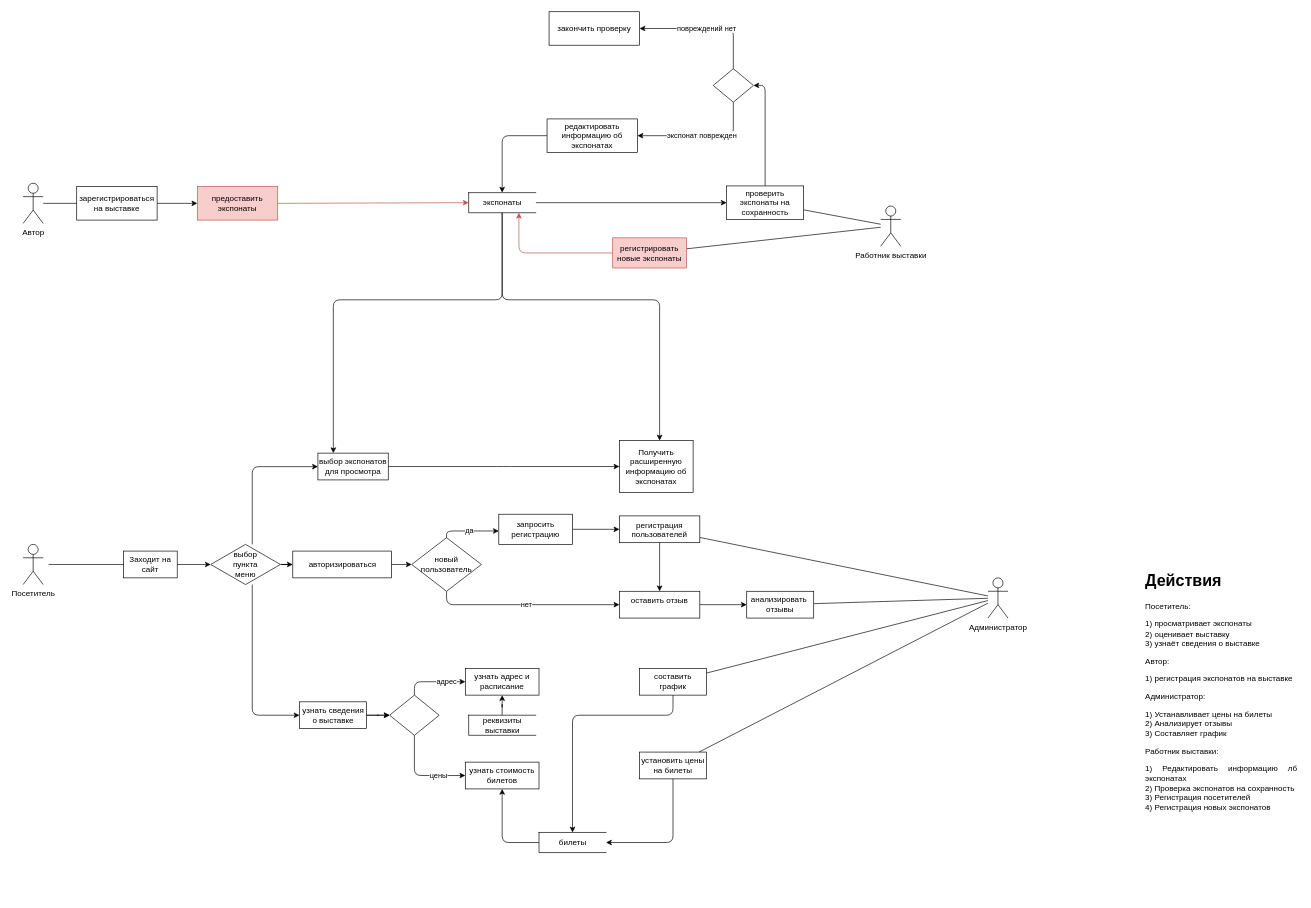
Earlier version of the draw.io diagram page "Page-1" (1 of 2) of Diagrams/DFD_use-case.drawio (OlgaMats/-). Source tidied: cells renumbered, new cells numbered last; positions are measured from the earlier drawing's top-left corner, leaving out a move shared by most shapes. Both pictures are drawn from the tidied source at 67%, with x=0, y=0 at pixel (23, 11).
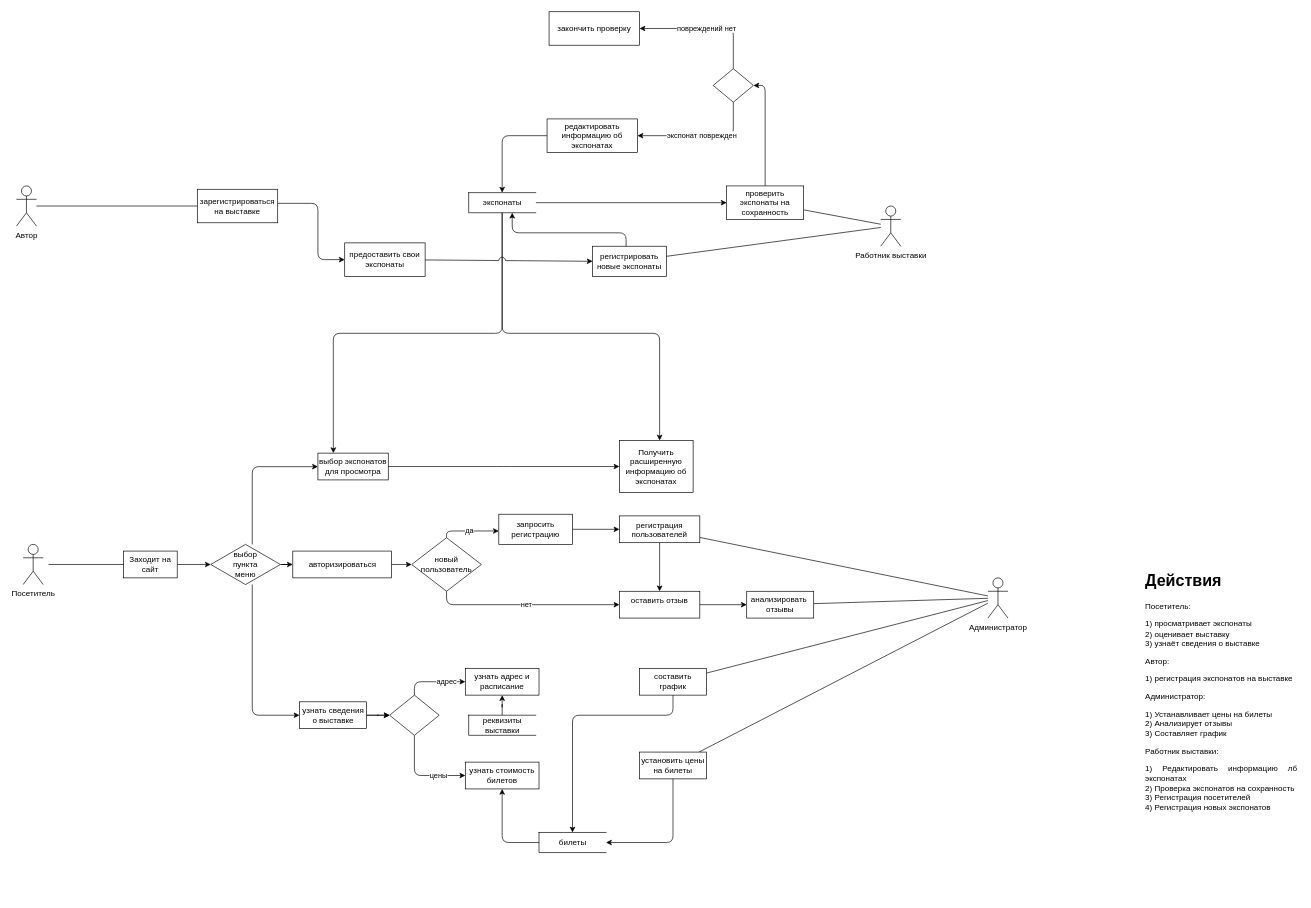
The same page after the edit.

Unchanged cells that the change refers to:
```xml
<mxCell id="17" value="выбор экспонатов для просмотра" style="rounded=0;whiteSpace=wrap;html=1;hachureGap=4;strokeWidth=1;" parent="1" vertex="1">
  <mxGeometry x="440" y="658.8" width="105" height="40" as="geometry" />
</mxCell>
<mxCell id="20" value="экспонаты" style="html=1;dashed=0;whitespace=wrap;shape=partialRectangle;right=0;fontSize=12;strokeWidth=1;" parent="1" vertex="1">
  <mxGeometry x="665" y="270" width="100" height="30" as="geometry" />
</mxCell>
<mxCell id="34" value="Получить расширенную информацию об экспонатах" style="rounded=0;whiteSpace=wrap;html=1;hachureGap=4;strokeWidth=1;" parent="1" vertex="1">
  <mxGeometry x="890" y="640" width="110" height="77.5" as="geometry" />
</mxCell>
```

Diff of the diagram source:
```diff
@@
     <mxCell id="18" style="endArrow=classic;html=1;fontSize=12;edgeStyle=orthogonalEdgeStyle;" parent="1" edge="1" source="20" target="17">
       <mxGeometry relative="1" as="geometry">
         <Array as="points">
-          <mxPoint x="715" y="430" />
-          <mxPoint x="463" y="430" />
+          <mxPoint x="715" y="480" />
+          <mxPoint x="463" y="480" />
         </Array>
       </mxGeometry>
     </mxCell>
@@
     <mxCell id="22" value="Автор" style="shape=umlActor;verticalLabelPosition=bottom;verticalAlign=top;html=1;outlineConnect=0;fontSize=12;strokeWidth=1;" parent="1" vertex="1">
-      <mxGeometry y="256" width="30" height="60" as="geometry" />
+      <mxGeometry x="-10" y="260" width="30" height="60" as="geometry" />
     </mxCell>
@@
-    <mxCell id="24" style="edgeStyle=orthogonalEdgeStyle;jettySize=auto;html=1;endFill=1;" parent="1" edge="1" source="25" target="59">
-      <mxGeometry relative="1" as="geometry" />
-    </mxCell>
     <mxCell id="25" value="зарегистрироваться на выставке" style="rounded=0;whiteSpace=wrap;html=1;hachureGap=4;strokeWidth=1;" parent="1" vertex="1">
-      <mxGeometry x="80" y="261" width="120" height="50" as="geometry" />
+      <mxGeometry x="260" y="265" width="120" height="50" as="geometry" />
     </mxCell>
@@
-    <mxCell id="37" value="регистрировать новые экспонаты" style="rounded=0;whiteSpace=wrap;html=1;hachureGap=4;strokeWidth=1;fillColor=#f8cecc;strokeColor=#b85450;" parent="1" vertex="1">
-      <mxGeometry x="880" y="337.5" width="110" height="45" as="geometry" />
+    <mxCell id="37" value="регистрировать новые экспонаты" style="rounded=0;whiteSpace=wrap;html=1;hachureGap=4;strokeWidth=1;" parent="1" vertex="1">
+      <mxGeometry x="850" y="350" width="110" height="45" as="geometry" />
     </mxCell>
@@
-    <mxCell id="43" style="endArrow=classic;html=1;edgeStyle=orthogonalEdgeStyle;fillColor=#f8cecc;strokeColor=#b85450;" parent="1" edge="1" source="37" target="20">
-      <mxGeometry relative="1" as="geometry">
-        <Array as="points">
-          <mxPoint x="740" y="360" />
-        </Array>
-      </mxGeometry>
-    </mxCell>
     <mxCell id="44" style="endArrow=classic;html=1;edgeStyle=orthogonalEdgeStyle;" parent="1" edge="1" source="20" target="34">
       <mxGeometry relative="1" as="geometry">
         <Array as="points">
-          <mxPoint x="715" y="430" />
-          <mxPoint x="950" y="430" />
+          <mxPoint x="715" y="480" />
+          <mxPoint x="950" y="480" />
         </Array>
       </mxGeometry>
     </mxCell>
@@
-    <mxCell id="46" style="endArrow=classic;html=1;jumpStyle=arc;jumpSize=10;edgeStyle=orthogonalEdgeStyle;fillColor=#f8cecc;strokeColor=#b85450;" parent="1" edge="1" source="59" target="20">
-      <mxGeometry relative="1" as="geometry" />
-    </mxCell>
@@
-    <mxCell id="59" value="предоставить экспонаты" style="rounded=0;whiteSpace=wrap;html=1;hachureGap=4;strokeWidth=1;fillColor=#f8cecc;strokeColor=#b85450;" parent="1" vertex="1">
-      <mxGeometry x="260" y="261" width="120" height="50" as="geometry" />
-    </mxCell>
+    <mxCell id="70" style="edgeStyle=orthogonalEdgeStyle;jumpStyle=arc;jumpSize=10;jettySize=auto;html=1;" parent="1" edge="1" source="25" target="72">
+      <mxGeometry relative="1" as="geometry">
+        <Array as="points">
+          <mxPoint x="440" y="286" />
+          <mxPoint x="440" y="370" />
+        </Array>
+      </mxGeometry>
+    </mxCell>
@@
+    <mxCell id="71" style="jumpStyle=arc;jumpSize=10;jettySize=auto;html=1;strokeColor=#000000;fillColor=#f8cecc;entryX=0;entryY=0.5;entryDx=0;entryDy=0;" parent="1" edge="1" source="72" target="37">
+      <mxGeometry relative="1" as="geometry" />
+    </mxCell>
+    <mxCell id="43" style="endArrow=classic;html=1;strokeColor=#000000;fillColor=#f8cecc;edgeStyle=orthogonalEdgeStyle;" parent="1" edge="1" source="37" target="20">
+      <mxGeometry relative="1" as="geometry">
+        <Array as="points">
+          <mxPoint x="900" y="330" />
+          <mxPoint x="730" y="330" />
+        </Array>
+      </mxGeometry>
+    </mxCell>
+    <mxCell id="72" value="предоставить свои экспонаты" style="rounded=0;whiteSpace=wrap;html=1;hachureGap=4;strokeWidth=1;" parent="1" vertex="1">
+      <mxGeometry x="480" y="345" width="120" height="50" as="geometry" />
+    </mxCell>
+    <mxCell id="73" style="edgeStyle=orthogonalEdgeStyle;jumpStyle=arc;jumpSize=10;orthogonalLoop=1;jettySize=auto;html=1;exitX=0.5;exitY=1;exitDx=0;exitDy=0;strokeColor=#000000;fillColor=#f8cecc;" parent="1" edge="1" source="25" target="25">
+      <mxGeometry relative="1" as="geometry" />
+    </mxCell>
```
